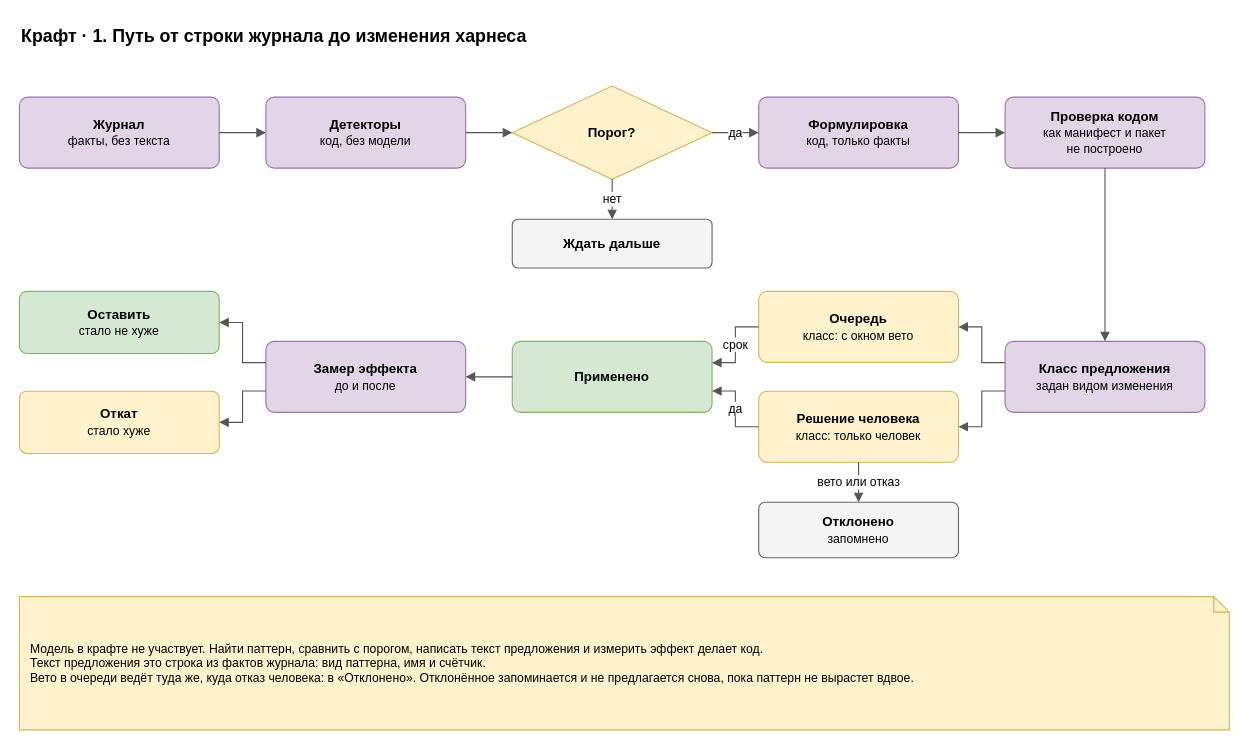
Earlier version of the draw.io diagram page "1. Путь предложения" (1 of 7) of docs/spec/harness-craft.drawio (roygkov/reins). Source tidied: cells renumbered, new cells numbered last; positions are measured from the earlier drawing's top-left corner, leaving out a move shared by most shapes. Both pictures are drawn from the tidied source at 111%, with x=0, y=0 at pixel (19, 19).
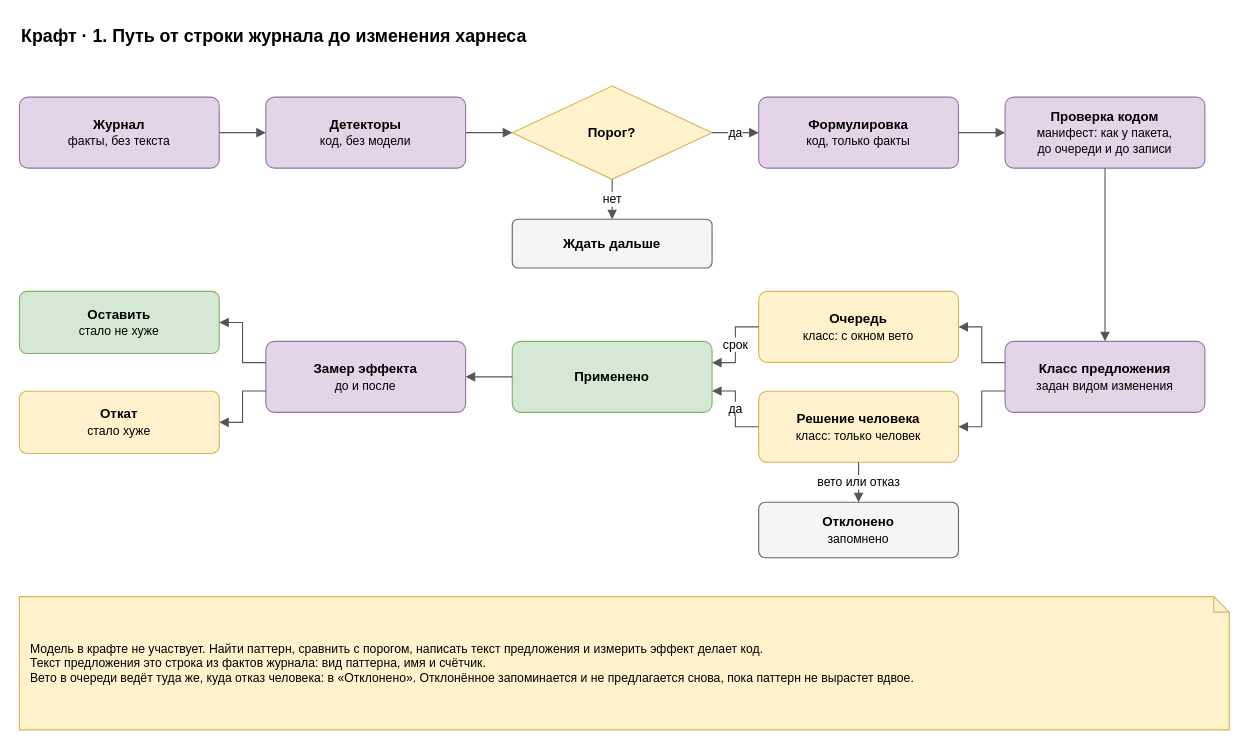
The same diagram, later.

Diff of the diagram source:
```diff
@@
-    <mxCell id="7" value="&lt;b&gt;Проверка кодом&lt;/b&gt;&lt;br&gt;&lt;font style=&quot;font-size:11px&quot;&gt;как манифест и пакет&lt;br&gt;не построено&lt;/font&gt;" style="rounded=1;whiteSpace=wrap;html=1;fillColor=#e1d5e7;strokeColor=#9673a6;arcSize=12;" parent="1" vertex="1">
+    <mxCell id="7" value="&lt;b&gt;Проверка кодом&lt;/b&gt;&lt;br&gt;&lt;font style=&quot;font-size:11px&quot;&gt;манифест: как у пакета,&lt;br&gt;до очереди и до записи&lt;/font&gt;" style="rounded=1;whiteSpace=wrap;html=1;fillColor=#e1d5e7;strokeColor=#9673a6;arcSize=12;" parent="1" vertex="1">
       <mxGeometry x="888" y="70" width="180" height="64" as="geometry" />
     </mxCell>
```
